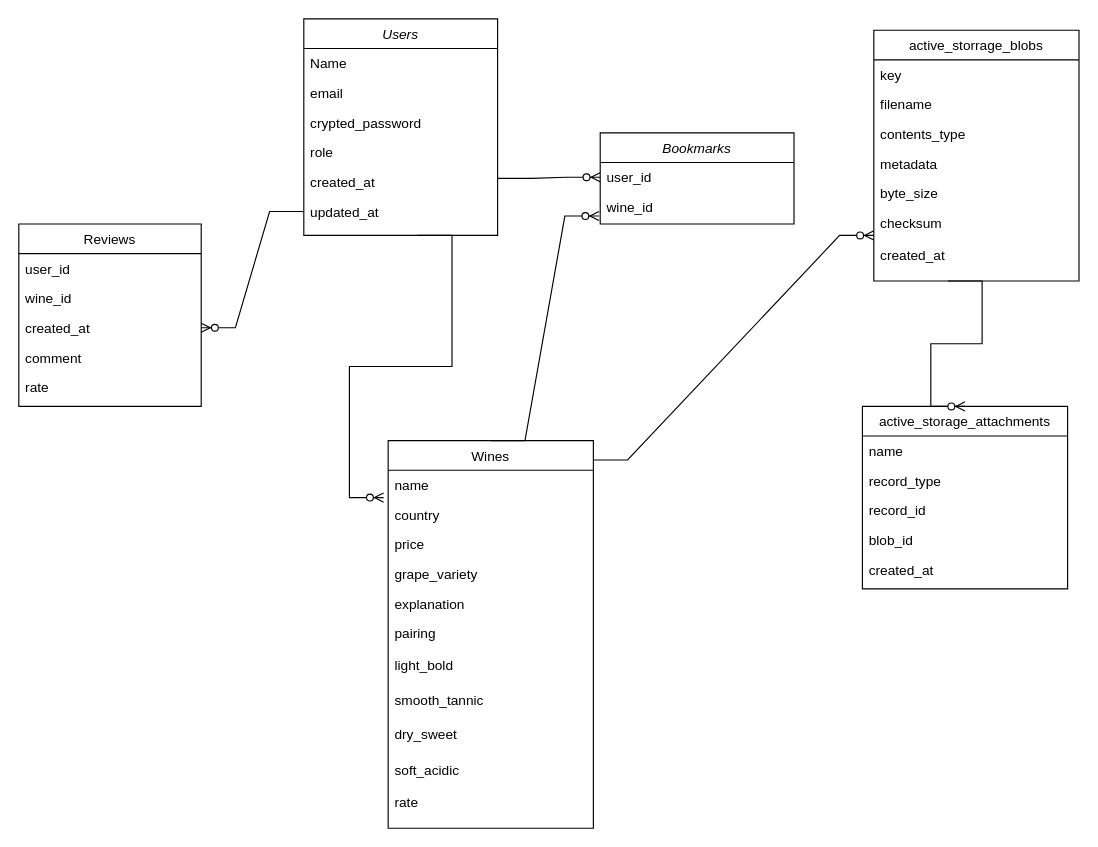
The draw.io diagram ER図.drawio in PacoRamosR/Wine_Detective, before the edit. Source tidied: cells renumbered, new cells numbered last; positions are measured from the earlier drawing's top-left corner, leaving out a move shared by most shapes. Both pictures are drawn from the tidied source at 114%, with x=0, y=0 at pixel (18, 18).
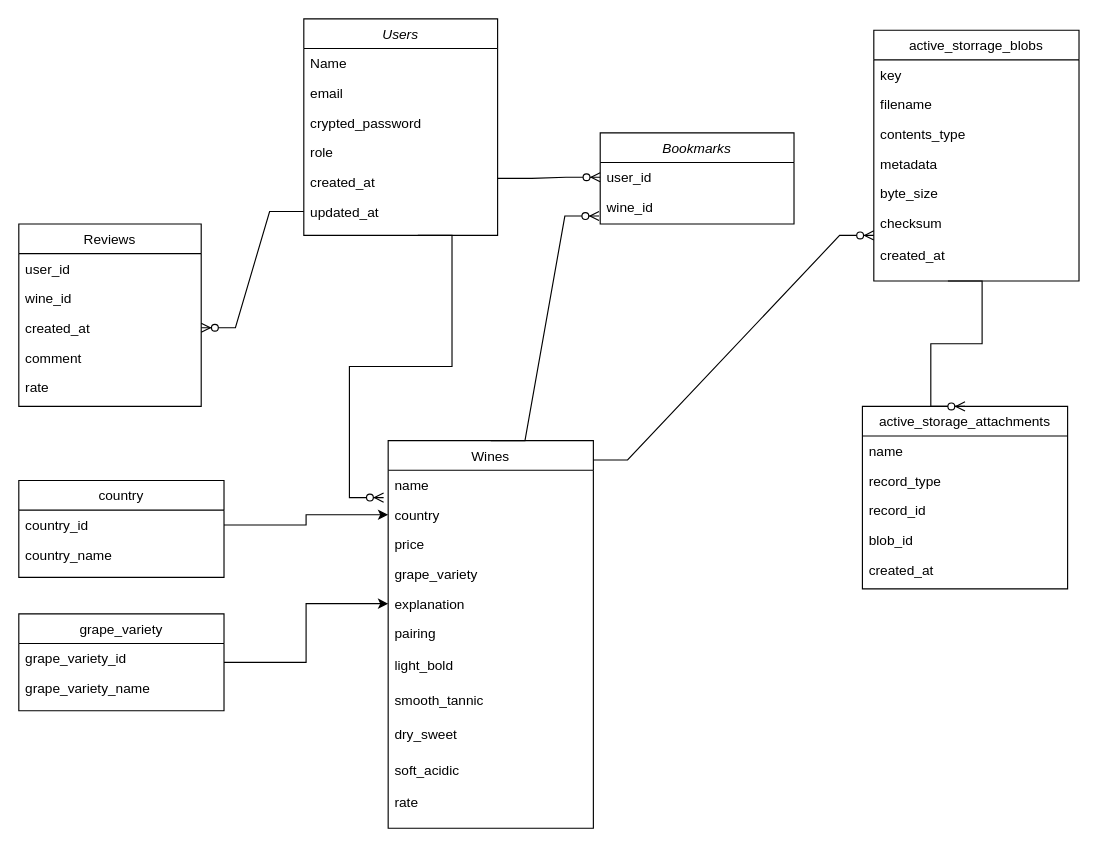
The same diagram, later.

Unchanged cells that the change refers to:
```xml
<mxCell id="18" value="country" style="text;align=left;verticalAlign=top;spacingLeft=4;spacingRight=4;overflow=hidden;points=[[0,0.5],[1,0.5]];portConstraint=eastwest;rounded=0;shadow=0;html=0;" parent="16" vertex="1">
  <mxGeometry y="52" width="180" height="26" as="geometry" />
</mxCell>
<mxCell id="21" value="explanation" style="text;align=left;verticalAlign=top;spacingLeft=4;spacingRight=4;overflow=hidden;points=[[0,0.5],[1,0.5]];portConstraint=eastwest;" parent="16" vertex="1">
  <mxGeometry y="130" width="180" height="26" as="geometry" />
</mxCell>
```

What changed in the source:
```diff
@@
+    <mxCell id="50" value="country" style="swimlane;fontStyle=0;align=center;verticalAlign=middle;horizontal=1;startSize=26;rounded=0;shadow=0;strokeWidth=1;" parent="1" vertex="1">
+      <mxGeometry y="405" width="180" height="85" as="geometry" />
+    </mxCell>
+    <mxCell id="51" value="country_id" style="text;align=left;verticalAlign=middle;spacingLeft=4;spacingRight=4;overflow=hidden;points=[[0,0.5],[1,0.5]];portConstraint=eastwest;" parent="50" vertex="1">
+      <mxGeometry y="26" width="180" height="26" as="geometry" />
+    </mxCell>
+    <mxCell id="52" value="country_name" style="text;align=left;verticalAlign=top;spacingLeft=4;spacingRight=4;overflow=hidden;rounded=0;shadow=0;html=0;" parent="50" vertex="1">
+      <mxGeometry y="52" width="180" height="26" as="geometry" />
+    </mxCell>
+    <mxCell id="53" style="edgeStyle=orthogonalEdgeStyle;rounded=0;jettySize=auto;html=1;entryX=0;entryY=0.5;entryDx=0;entryDy=0;" parent="1" edge="1" source="51" target="18">
+      <mxGeometry relative="1" as="geometry" />
+    </mxCell>
+    <mxCell id="54" style="edgeStyle=orthogonalEdgeStyle;rounded=0;jettySize=auto;html=1;entryX=0;entryY=0.5;entryDx=0;entryDy=0;" parent="1" edge="1" source="55" target="21">
+      <mxGeometry relative="1" as="geometry" />
+    </mxCell>
+    <mxCell id="55" value="grape_variety" style="swimlane;fontStyle=0;align=center;verticalAlign=middle;horizontal=1;startSize=26;rounded=0;shadow=0;strokeWidth=1;" parent="1" vertex="1">
+      <mxGeometry y="522" width="180" height="85" as="geometry" />
+    </mxCell>
+    <mxCell id="56" value="grape_variety_id" style="text;align=left;verticalAlign=middle;spacingLeft=4;spacingRight=4;overflow=hidden;" parent="55" vertex="1">
+      <mxGeometry y="26" width="180" height="26" as="geometry" />
+    </mxCell>
+    <mxCell id="57" value="grape_variety_name" style="text;align=left;verticalAlign=top;spacingLeft=4;spacingRight=4;overflow=hidden;rounded=0;shadow=0;html=0;" parent="55" vertex="1">
+      <mxGeometry y="52" width="180" height="26" as="geometry" />
+    </mxCell>
```
